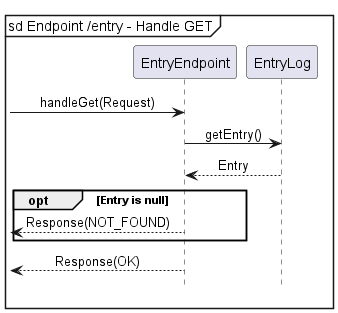
This is docs/static/backend/EntryEndpointGetSequence.png from nus-cs2113-AY2223S2/tp, a PlantUML export, as it was before one commit.
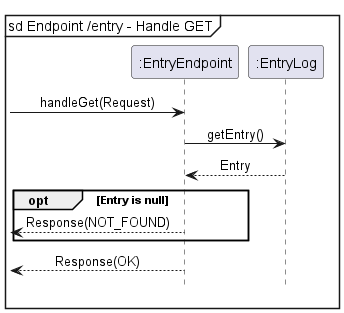
After the change.

The edit, as a diff of the source:
```diff
@@ -2,6 +2,8 @@
 !include ../Style.puml
 
 mainframe sd Endpoint /entry - Handle GET
+participant ":EntryEndpoint" as EntryEndpoint
+participant ":EntryLog" as EntryLog
 
 -> EntryEndpoint : handleGet(Request)
 
```
